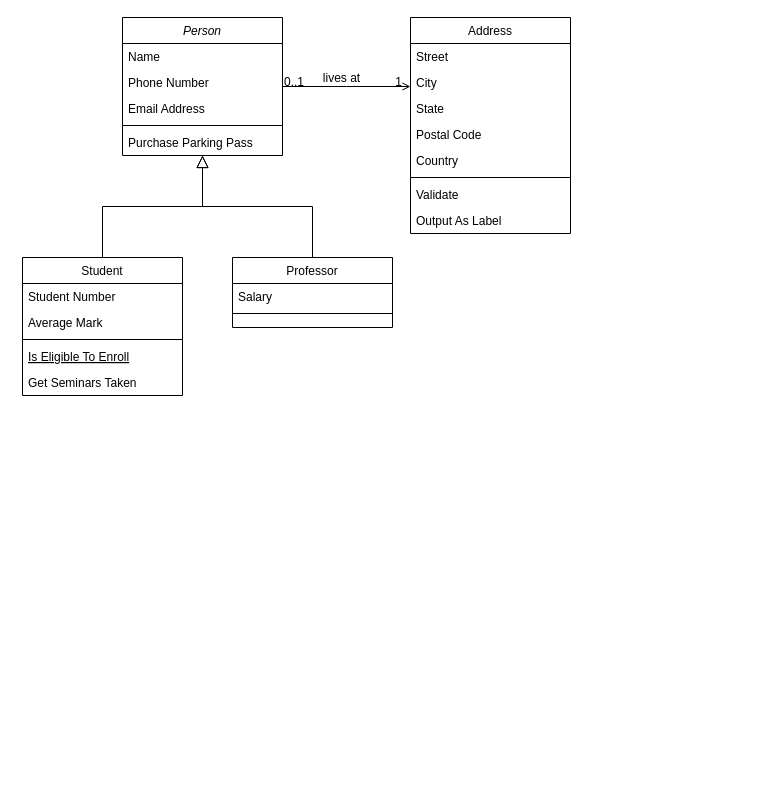
Jessesap/hps-project keeps this draw.io diagram as hps/Diagrama sem nome.drawio. Above is the earlier version. Source tidied: cells renumbered, new cells numbered last; positions are measured from the earlier drawing's top-left corner, leaving out a move shared by most shapes. Both pictures are drawn from the tidied source at 100%, with x=0, y=0 at pixel (22, 17).
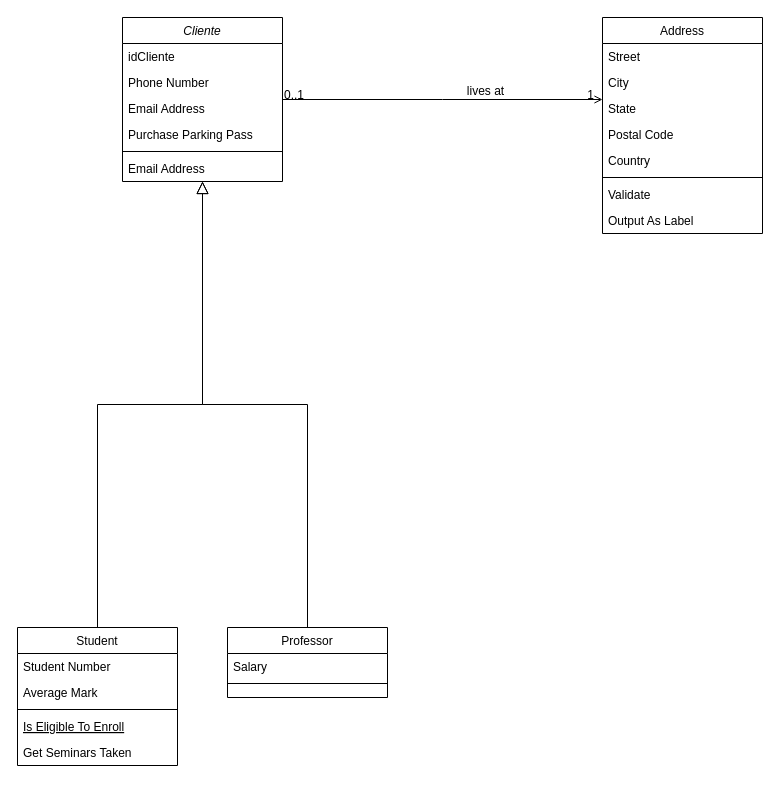
Above is the later version.

The edit, as a diff of the source:
```diff
@@
-    <mxCell id="2" value="Person" style="swimlane;fontStyle=2;align=center;verticalAlign=top;horizontal=1;startSize=26;rounded=0;shadow=0;strokeWidth=1;" parent="1" vertex="1">
-      <mxGeometry x="100" width="160" height="138" as="geometry" />
+    <mxCell id="2" value="Cliente" style="swimlane;fontStyle=2;align=center;verticalAlign=top;horizontal=1;startSize=26;rounded=0;shadow=0;strokeWidth=1;" parent="1" vertex="1">
+      <mxGeometry x="100" width="160" height="164" as="geometry" />
     </mxCell>
-    <mxCell id="3" value="Name" style="text;align=left;verticalAlign=top;spacingLeft=4;spacingRight=4;overflow=hidden;" parent="2" vertex="1">
+    <mxCell id="3" value="idCliente&#10;" style="text;align=left;verticalAlign=top;spacingLeft=4;spacingRight=4;overflow=hidden;" parent="2" vertex="1">
       <mxGeometry y="26" width="160" height="26" as="geometry" />
     </mxCell>
@@
+    <mxCell id="7" value="Purchase Parking Pass" style="text;align=left;verticalAlign=top;spacingLeft=4;spacingRight=4;overflow=hidden;" parent="2" vertex="1">
+      <mxGeometry y="104" width="160" height="26" as="geometry" />
+    </mxCell>
     <mxCell id="6" style="line;html=1;strokeWidth=1;align=left;verticalAlign=middle;spacingTop=-1;spacingLeft=3;spacingRight=3;labelPosition=right;" parent="2" vertex="1">
-      <mxGeometry y="104" width="160" height="8" as="geometry" />
+      <mxGeometry y="130" width="160" height="8" as="geometry" />
     </mxCell>
-    <mxCell id="7" value="Purchase Parking Pass" style="text;align=left;verticalAlign=top;spacingLeft=4;spacingRight=4;overflow=hidden;" parent="2" vertex="1">
-      <mxGeometry y="112" width="160" height="26" as="geometry" />
-    </mxCell>
+    <mxCell id="32" value="Email Address" style="text;align=left;verticalAlign=top;spacingLeft=4;spacingRight=4;overflow=hidden;rounded=0;shadow=0;html=0;" parent="2" vertex="1">
+      <mxGeometry y="138" width="160" height="26" as="geometry" />
+    </mxCell>
     <mxCell id="8" value="Student" style="swimlane;fontStyle=0;align=center;verticalAlign=top;horizontal=1;startSize=26;rounded=0;shadow=0;strokeWidth=1;" parent="1" vertex="1">
-      <mxGeometry y="240" width="160" height="138" as="geometry" />
+      <mxGeometry x="-5" y="610" width="160" height="138" as="geometry" />
     </mxCell>
@@
     <mxCell id="15" value="Professor" style="swimlane;fontStyle=0;align=center;verticalAlign=top;horizontal=1;startSize=26;rounded=0;shadow=0;strokeWidth=1;" parent="1" vertex="1">
-      <mxGeometry x="210" y="240" width="160" height="70" as="geometry" />
+      <mxGeometry x="205" y="610" width="160" height="70" as="geometry" />
     </mxCell>
@@
     <mxCell id="19" value="Address" style="swimlane;fontStyle=0;align=center;verticalAlign=top;horizontal=1;startSize=26;rounded=0;shadow=0;strokeWidth=1;" parent="1" vertex="1">
-      <mxGeometry x="388" width="160" height="216" as="geometry" />
+      <mxGeometry x="580" width="160" height="216" as="geometry" />
     </mxCell>
```
